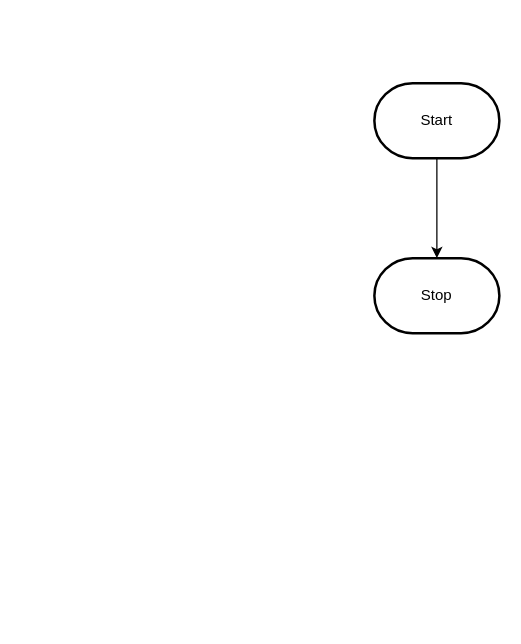
Before: design/flowchart.drawio in MTHS-TEJ2O-1-2023/TEJ2O-Unit-2-08-michael-bruneau, a draw.io diagram. Source tidied: cells renumbered, new cells numbered last; positions are measured from the earlier drawing's top-left corner, leaving out a move shared by most shapes. Both pictures are drawn from the tidied source at 125%, with x=0, y=0 at pixel (374, 82).
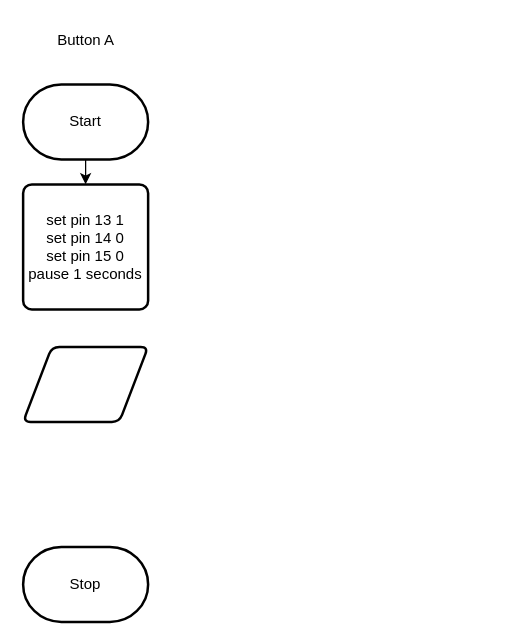
Above is the later version.

Commit message (it also covers changes not shown here):
Circuit diagram and flowchart

What changed in the source:
```diff
@@
 <mxGraphModel>
   <root>
     <mxCell id="0" />
     <mxCell id="1" parent="0" />
-    <mxCell id="2" style="edgeStyle=orthogonalEdgeStyle;html=1;rounded=0;" parent="1" edge="1" source="3" target="4">
-      <mxGeometry relative="1" as="geometry" />
-    </mxCell>
+    <mxCell id="5" style="edgeStyle=none;html=1;exitX=0.5;exitY=1;exitDx=0;exitDy=0;exitPerimeter=0;entryX=0.5;entryY=0;entryDx=0;entryDy=0;" parent="1" edge="1" source="3" target="7">
+      <mxGeometry relative="1" as="geometry" />
+    </mxCell>
     <mxCell id="3" value="Start" style="strokeWidth=2;html=1;shape=mxgraph.flowchart.terminator;whiteSpace=wrap;" parent="1" vertex="1">
-      <mxGeometry width="100" height="60" as="geometry" />
+      <mxGeometry x="-281" y="1" width="100" height="60" as="geometry" />
     </mxCell>
     <mxCell id="4" value="Stop" style="strokeWidth=2;html=1;shape=mxgraph.flowchart.terminator;whiteSpace=wrap;" parent="1" vertex="1">
-      <mxGeometry y="140" width="100" height="60" as="geometry" />
+      <mxGeometry x="-281" y="371" width="100" height="60" as="geometry" />
     </mxCell>
+    <mxCell id="6" value="Button A" style="text;html=1;align=center;verticalAlign=middle;strokeColor=none;fillColor=none;" parent="1" vertex="1">
+      <mxGeometry x="-266" y="-49" width="70" height="30" as="geometry" />
+    </mxCell>
+    <mxCell id="7" value="set pin 13 1&lt;br&gt;set pin 14 0&lt;br&gt;set pin 15 0&lt;br&gt;pause 1 seconds" style="rounded=1;whiteSpace=wrap;html=1;absoluteArcSize=1;arcSize=14;strokeWidth=2;" parent="1" vertex="1">
+      <mxGeometry x="-281" y="81" width="100" height="100" as="geometry" />
+    </mxCell>
+    <mxCell id="8" style="shape=parallelogram;html=1;strokeWidth=2;perimeter=parallelogramPerimeter;whiteSpace=wrap;rounded=1;arcSize=12;size=0.23;" parent="1" vertex="1">
+      <mxGeometry x="-281" y="211" width="100" height="60" as="geometry" />
+    </mxCell>
   </root>
 </mxGraphModel>
```
